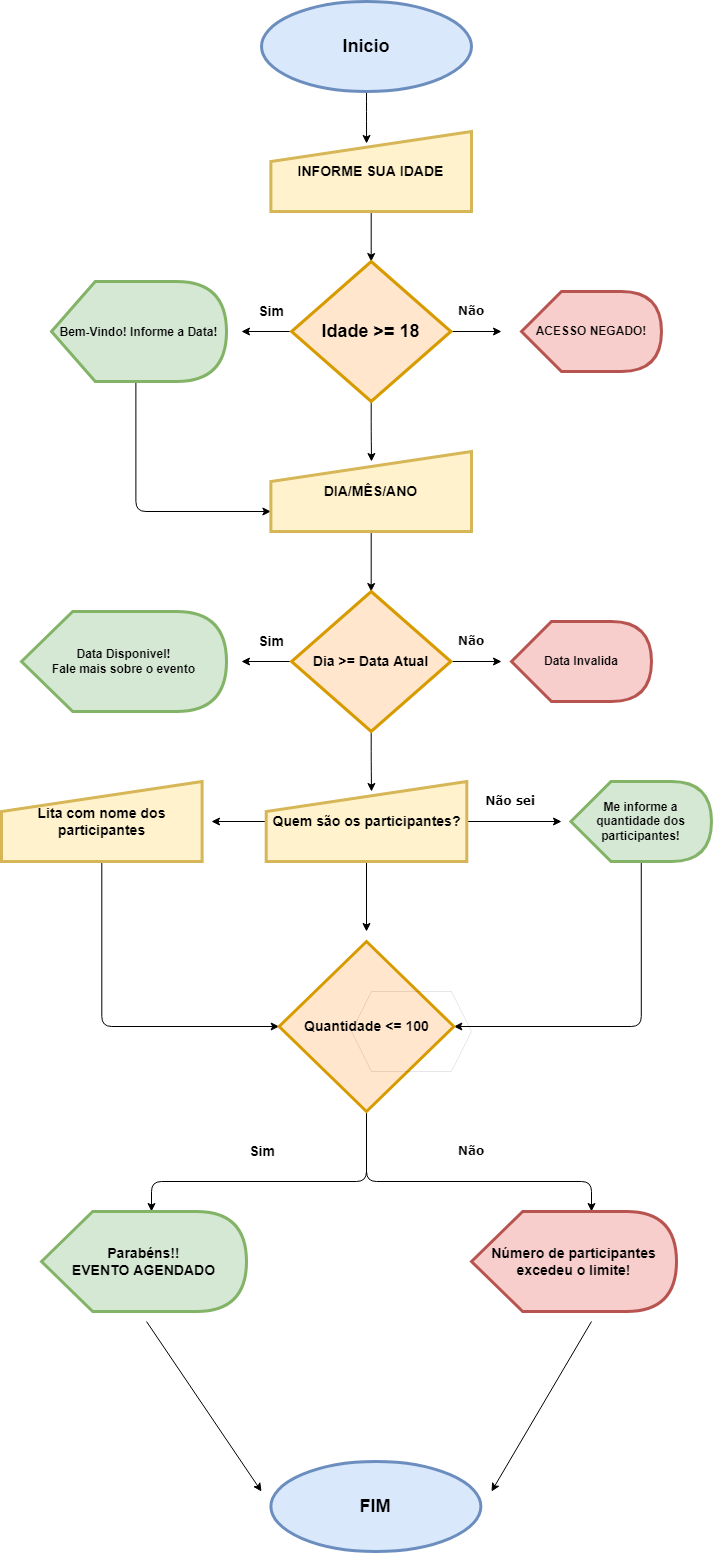
The draw.io diagram fluxogramaEvento.png in Nascimen7o/CadastroEvento, before a commit. Source tidied: cells renumbered, new cells last; positions are measured from the earlier drawing's top-left corner, leaving out a move shared by most shapes.
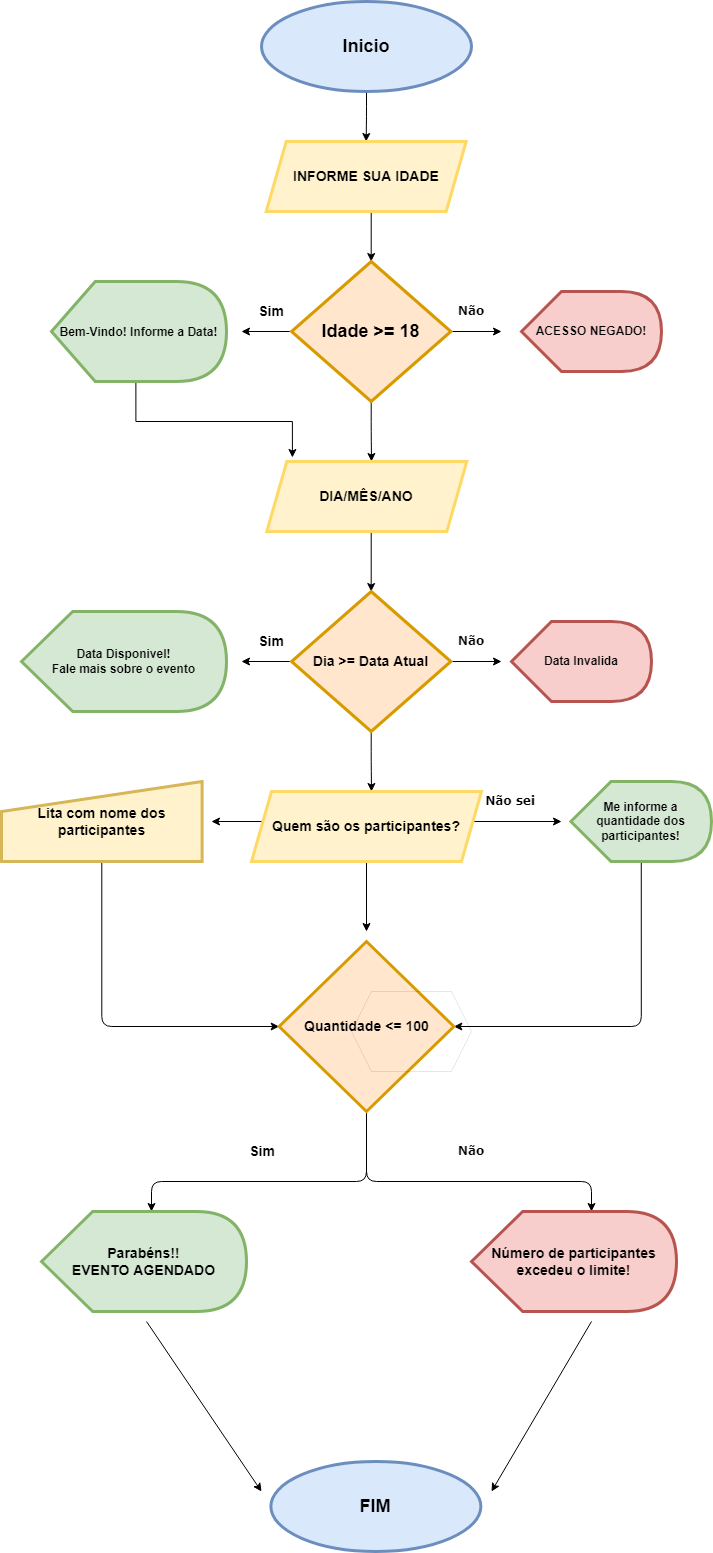
The same file after the commit.

Commit message:
atualizando fluxograma

Change to the diagram source:
```diff
@@ -2,18 +2,17 @@
   <root>
     <mxCell id="0" />
     <mxCell id="1" parent="0" />
-    <mxCell id="2" style="edgeStyle=orthogonalEdgeStyle;curved=0;rounded=1;sketch=0;jettySize=auto;html=1;exitX=0.5;exitY=1;exitDx=0;exitDy=0;entryX=0.477;entryY=0.15;entryDx=0;entryDy=0;entryPerimeter=0;" parent="1" edge="1" source="3" target="5">
+    <mxCell id="2" style="edgeStyle=orthogonalEdgeStyle;curved=0;rounded=1;sketch=0;jettySize=auto;html=1;exitX=0.5;exitY=1;exitDx=0;exitDy=0;entryX=0.5;entryY=0;entryDx=0;entryDy=0;" parent="1" edge="1" source="3" target="5">
       <mxGeometry relative="1" as="geometry" />
     </mxCell>
     <mxCell id="3" value="&lt;h2&gt;&lt;b&gt;Inicio&lt;/b&gt;&lt;/h2&gt;" style="ellipse;whiteSpace=wrap;html=1;strokeWidth=3;fillColor=#dae8fc;strokeColor=#6c8ebf;" parent="1" vertex="1">
       <mxGeometry x="260" width="210" height="90" as="geometry" />
     </mxCell>
-    <mxCell id="4" style="edgeStyle=orthogonalEdgeStyle;curved=0;rounded=1;sketch=0;jettySize=auto;html=1;entryX=0.5;entryY=0;entryDx=0;entryDy=0;" parent="1" edge="1" source="5" target="9">
-      <mxGeometry relative="1" as="geometry" />
+    <mxCell id="4" style="edgeStyle=orthogonalEdgeStyle;curved=0;rounded=1;sketch=0;jettySize=auto;html=1;entryX=0.5;entryY=0;entryDx=0;entryDy=0;" parent="1" edge="1" target="9">
+      <mxGeometry relative="1" as="geometry">
+        <mxPoint x="369.7" y="210" as="sourcePoint" />
+      </mxGeometry>
     </mxCell>
-    <mxCell id="5" value="&lt;h3&gt;&lt;b&gt;INFORME SUA IDADE&lt;/b&gt;&lt;/h3&gt;" style="shape=manualInput;whiteSpace=wrap;html=1;rounded=0;sketch=0;strokeColor=#d6b656;fillColor=#fff2cc;strokeWidth=3;" parent="1" vertex="1">
-      <mxGeometry x="269.4" y="130" width="200.6" height="80" as="geometry" />
-    </mxCell>
     <mxCell id="6" style="edgeStyle=orthogonalEdgeStyle;curved=0;rounded=1;sketch=0;jettySize=auto;html=1;exitX=1;exitY=0.5;exitDx=0;exitDy=0;" parent="1" edge="1" source="9">
       <mxGeometry relative="1" as="geometry">
         <mxPoint x="500" y="330" as="targetPoint" />
@@ -41,20 +40,18 @@
     <mxCell id="12" value="&lt;h3&gt;Sim&lt;/h3&gt;" style="shape=hexagon;perimeter=hexagonPerimeter2;whiteSpace=wrap;html=1;fixedSize=1;rounded=0;sketch=0;strokeColor=none;strokeWidth=0;fillColor=none;gradientColor=#ffffff;fontStyle=1;" parent="1" vertex="1">
       <mxGeometry x="210" y="270" width="120" height="80" as="geometry" />
     </mxCell>
-    <mxCell id="13" style="edgeStyle=orthogonalEdgeStyle;curved=0;rounded=1;sketch=0;jettySize=auto;html=1;exitX=0;exitY=0;exitDx=84.375;exitDy=100;exitPerimeter=0;entryX=0;entryY=0.75;entryDx=0;entryDy=0;fontFamily=Verdana;" parent="1" edge="1" source="14" target="16">
+    <mxCell id="13" style="edgeStyle=orthogonalEdgeStyle;rounded=0;jettySize=auto;html=1;exitX=0;exitY=0;exitDx=84.375;exitDy=100;exitPerimeter=0;entryX=0.128;entryY=-0.057;entryDx=0;entryDy=0;entryPerimeter=0;" parent="1" edge="1" source="14" target="16">
       <mxGeometry relative="1" as="geometry" />
     </mxCell>
     <mxCell id="14" value="&lt;h3 style=&quot;&quot;&gt;&lt;span style=&quot;background-color: initial; font-size: 12px;&quot;&gt;Bem-Vindo! Informe a Data!&lt;/span&gt;&lt;br&gt;&lt;/h3&gt;" style="shape=display;whiteSpace=wrap;html=1;rounded=0;sketch=0;strokeColor=#82b366;fillColor=#d5e8d4;strokeWidth=3;align=center;" parent="1" vertex="1">
       <mxGeometry x="50" y="280" width="175" height="100" as="geometry" />
     </mxCell>
-    <mxCell id="15" style="edgeStyle=orthogonalEdgeStyle;curved=0;rounded=1;sketch=0;jettySize=auto;html=1;exitX=0.5;exitY=1;exitDx=0;exitDy=0;fontFamily=Verdana;" parent="1" edge="1" source="16">
+    <mxCell id="15" style="edgeStyle=orthogonalEdgeStyle;curved=0;rounded=1;sketch=0;orthogonalLoop=1;jettySize=auto;html=1;exitX=0.5;exitY=1;exitDx=0;exitDy=0;fontFamily=Verdana;" parent="1" edge="1">
       <mxGeometry relative="1" as="geometry">
+        <mxPoint x="369.7" y="530" as="sourcePoint" />
         <mxPoint x="369.7" y="590" as="targetPoint" />
       </mxGeometry>
     </mxCell>
-    <mxCell id="16" value="&lt;h3&gt;DIA/MÊS/ANO&lt;/h3&gt;" style="shape=manualInput;whiteSpace=wrap;html=1;rounded=0;sketch=0;strokeColor=#d6b656;fillColor=#fff2cc;strokeWidth=3;" parent="1" vertex="1">
-      <mxGeometry x="269.4" y="450" width="200.6" height="80" as="geometry" />
-    </mxCell>
     <mxCell id="17" style="edgeStyle=orthogonalEdgeStyle;curved=0;rounded=1;sketch=0;jettySize=auto;html=1;exitX=1;exitY=0.5;exitDx=0;exitDy=0;fontFamily=Verdana;" parent="1" edge="1" source="20">
       <mxGeometry relative="1" as="geometry">
         <mxPoint x="500" y="660" as="targetPoint" />
@@ -85,24 +82,24 @@
     <mxCell id="24" value="&lt;h4 style=&quot;&quot;&gt;&lt;span style=&quot;font-size: 12px;&quot;&gt;Data Disponivel!&lt;br&gt;&lt;/span&gt;&lt;b&gt;Fale mais sobre o evento&lt;/b&gt;&lt;/h4&gt;" style="shape=display;whiteSpace=wrap;html=1;rounded=0;sketch=0;strokeColor=#82b366;fillColor=#d5e8d4;strokeWidth=3;align=center;" parent="1" vertex="1">
       <mxGeometry x="20" y="610" width="205" height="100" as="geometry" />
     </mxCell>
-    <mxCell id="25" style="edgeStyle=orthogonalEdgeStyle;curved=0;rounded=1;sketch=0;jettySize=auto;html=1;exitX=1;exitY=0.5;exitDx=0;exitDy=0;fontFamily=Verdana;" parent="1" edge="1" source="28">
+    <mxCell id="25" style="edgeStyle=orthogonalEdgeStyle;curved=0;rounded=1;sketch=0;orthogonalLoop=1;jettySize=auto;html=1;exitX=1;exitY=0.5;exitDx=0;exitDy=0;fontFamily=Verdana;" parent="1" edge="1">
       <mxGeometry relative="1" as="geometry">
+        <mxPoint x="465.3" y="820" as="sourcePoint" />
         <mxPoint x="560" y="820" as="targetPoint" />
       </mxGeometry>
     </mxCell>
-    <mxCell id="26" style="edgeStyle=orthogonalEdgeStyle;curved=0;rounded=1;sketch=0;jettySize=auto;html=1;exitX=0;exitY=0.5;exitDx=0;exitDy=0;fontFamily=Verdana;" parent="1" edge="1" source="28">
+    <mxCell id="26" style="edgeStyle=orthogonalEdgeStyle;curved=0;rounded=1;sketch=0;orthogonalLoop=1;jettySize=auto;html=1;exitX=0;exitY=0.5;exitDx=0;exitDy=0;fontFamily=Verdana;" parent="1" edge="1">
       <mxGeometry relative="1" as="geometry">
+        <mxPoint x="264.7" y="820" as="sourcePoint" />
         <mxPoint x="210" y="820" as="targetPoint" />
       </mxGeometry>
     </mxCell>
-    <mxCell id="27" style="edgeStyle=orthogonalEdgeStyle;curved=0;rounded=1;sketch=0;jettySize=auto;html=1;exitX=0.5;exitY=1;exitDx=0;exitDy=0;fontFamily=Verdana;" parent="1" edge="1" source="28">
+    <mxCell id="27" style="edgeStyle=orthogonalEdgeStyle;curved=0;rounded=1;sketch=0;orthogonalLoop=1;jettySize=auto;html=1;exitX=0.5;exitY=1;exitDx=0;exitDy=0;fontFamily=Verdana;" parent="1" edge="1">
       <mxGeometry relative="1" as="geometry">
+        <mxPoint x="365" y="860" as="sourcePoint" />
         <mxPoint x="365" y="930" as="targetPoint" />
       </mxGeometry>
     </mxCell>
-    <mxCell id="28" value="&lt;h3&gt;Quem são os participantes?&lt;/h3&gt;" style="shape=manualInput;whiteSpace=wrap;html=1;rounded=0;sketch=0;strokeColor=#d6b656;fillColor=#fff2cc;strokeWidth=3;" parent="1" vertex="1">
-      <mxGeometry x="264.7" y="780" width="200.6" height="80" as="geometry" />
-    </mxCell>
     <mxCell id="29" value="Não sei" style="shape=hexagon;perimeter=hexagonPerimeter2;whiteSpace=wrap;html=1;fixedSize=1;rounded=0;sketch=0;strokeColor=none;strokeWidth=0;fillColor=none;gradientColor=#ffffff;fontStyle=1;fontFamily=Verdana;" parent="1" vertex="1">
       <mxGeometry x="449.4" y="760" width="120" height="80" as="geometry" />
     </mxCell>
@@ -169,5 +166,14 @@
         <mxPoint x="260" y="1490" as="targetPoint" />
       </mxGeometry>
     </mxCell>
+    <mxCell id="5" value="&lt;h3&gt;INFORME SUA IDADE&lt;/h3&gt;" style="shape=parallelogram;perimeter=parallelogramPerimeter;whiteSpace=wrap;html=1;fixedSize=1;strokeWidth=3;fillColor=#fff2cc;strokeColor=#FFD966;fontStyle=1;" parent="1" vertex="1">
+      <mxGeometry x="264.7" y="140" width="200" height="70" as="geometry" />
+    </mxCell>
+    <mxCell id="16" value="&lt;h3&gt;DIA/MÊS/ANO&lt;/h3&gt;" style="shape=parallelogram;perimeter=parallelogramPerimeter;whiteSpace=wrap;html=1;fixedSize=1;strokeWidth=3;fillColor=#fff2cc;strokeColor=#FFD966;fontStyle=1;" parent="1" vertex="1">
+      <mxGeometry x="265.3" y="460" width="200" height="70" as="geometry" />
+    </mxCell>
+    <mxCell id="28" value="&lt;h3&gt;Quem são os participantes?&lt;/h3&gt;" style="shape=parallelogram;perimeter=parallelogramPerimeter;whiteSpace=wrap;html=1;fixedSize=1;strokeWidth=3;fillColor=#fff2cc;strokeColor=#FFD966;fontStyle=1;" parent="1" vertex="1">
+      <mxGeometry x="250" y="790" width="230" height="70" as="geometry" />
+    </mxCell>
   </root>
 </mxGraphModel>
```
